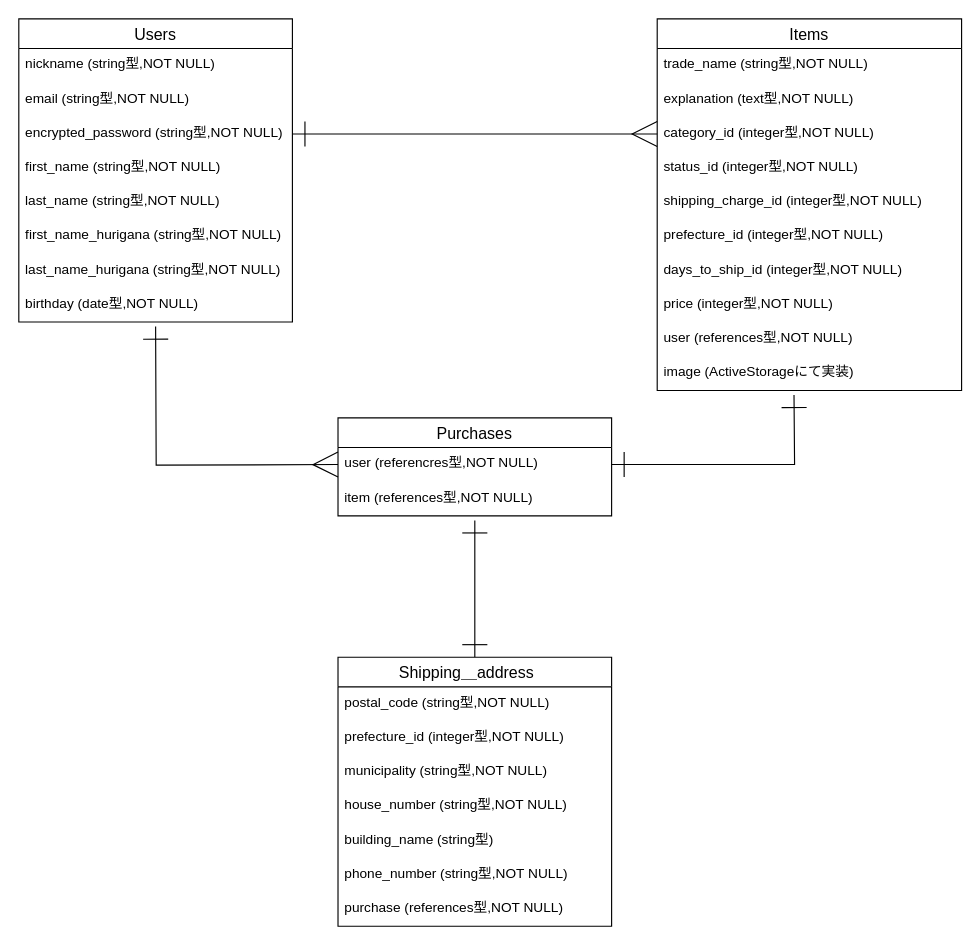
MN0607/furima-35359 keeps this draw.io diagram as ER.dio. Above is the earlier version. Source tidied: cells renumbered, new cells numbered last; positions are measured from the earlier drawing's top-left corner, leaving out a move shared by most shapes. Both pictures are drawn from the tidied source at 114%, with x=0, y=0 at pixel (18, 18).
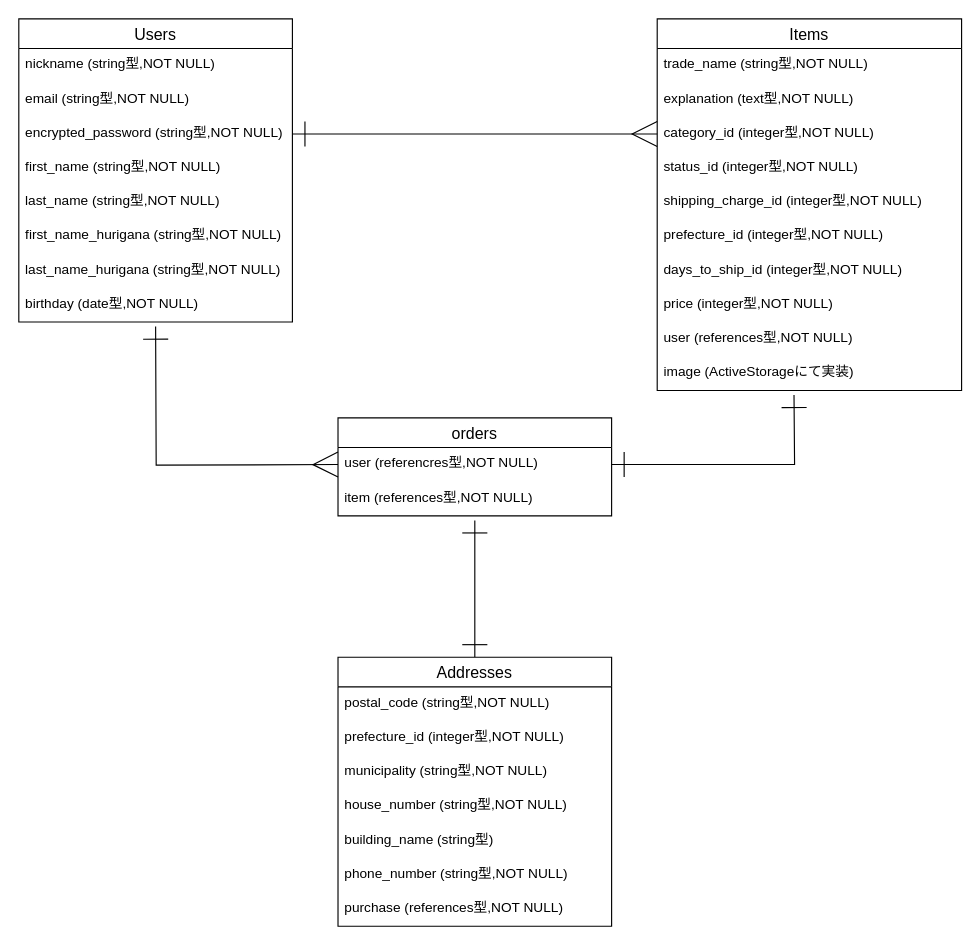
After the change.

What changed in the source:
```diff
@@
-    <mxCell id="12" value="Shipping＿address　" style="swimlane;fontStyle=0;horizontal=1;startSize=26;align=center;fontSize=14;" parent="1" vertex="1">
+    <mxCell id="12" value="Addresses" style="swimlane;fontStyle=0;horizontal=1;startSize=26;align=center;fontSize=14;" parent="1" vertex="1">
       <mxGeometry x="280" y="560" width="240" height="236" as="geometry" />
     </mxCell>
@@
-    <mxCell id="20" value="Purchases" style="swimlane;fontStyle=0;horizontal=1;startSize=26;align=center;fontSize=14;" parent="1" vertex="1">
+    <mxCell id="20" value="orders" style="swimlane;fontStyle=0;horizontal=1;startSize=26;align=center;fontSize=14;" parent="1" vertex="1">
       <mxGeometry x="280" y="350" width="240" height="86" as="geometry" />
     </mxCell>
```
